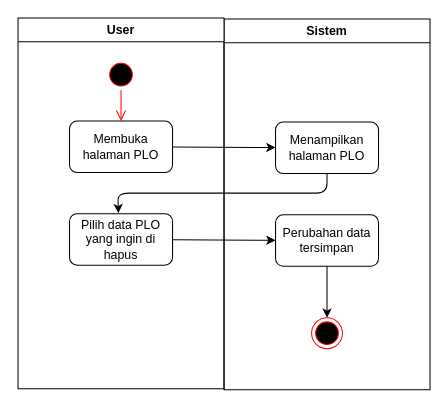
rismanrhz/idms keeps this draw.io diagram as PLO/hapusPLO.drawio. Above is the earlier version. Source tidied: cells renumbered, new cells numbered last; positions are measured from the earlier drawing's top-left corner, leaving out a move shared by most shapes. Both pictures are drawn from the tidied source at 103%, with x=0, y=0 at pixel (18, 18).
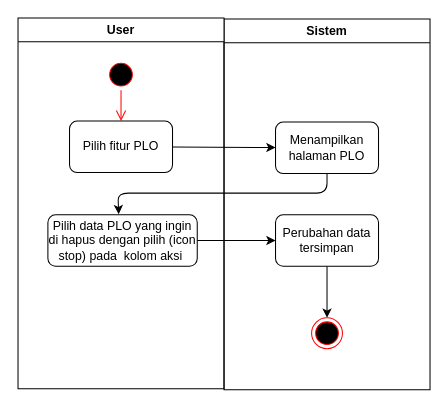
After the change.

The edit, as a diff of the source:
```diff
@@
 <mxGraphModel>
   <root>
     <mxCell id="0" />
     <mxCell id="1" parent="0" />
     <mxCell id="2" value="Sistem" style="swimlane;whiteSpace=wrap;html=1;" parent="1" vertex="1">
       <mxGeometry x="200" y="1" width="200" height="360" as="geometry" />
     </mxCell>
     <mxCell id="3" value="Menampilkan halaman PLO" style="rounded=1;whiteSpace=wrap;html=1;" parent="2" vertex="1">
       <mxGeometry x="50" y="100" width="100" height="50" as="geometry" />
     </mxCell>
     <mxCell id="4" style="edgeStyle=none;html=1;" parent="2" edge="1" source="5" target="6">
       <mxGeometry relative="1" as="geometry" />
     </mxCell>
     <mxCell id="5" value="Perubahan data tersimpan" style="rounded=1;whiteSpace=wrap;html=1;" parent="2" vertex="1">
       <mxGeometry x="50" y="190" width="100" height="50" as="geometry" />
     </mxCell>
     <mxCell id="6" style="ellipse;html=1;shape=endState;fillColor=#000000;strokeColor=#ff0000;" parent="2" vertex="1">
       <mxGeometry x="85" y="290" width="30" height="30" as="geometry" />
     </mxCell>
     <mxCell id="7" value="User" style="swimlane;whiteSpace=wrap;html=1;" parent="1" vertex="1">
       <mxGeometry width="200" height="360" as="geometry" />
     </mxCell>
     <mxCell id="8" style="ellipse;html=1;shape=startState;fillColor=#000000;strokeColor=#ff0000;" parent="7" vertex="1">
       <mxGeometry x="85" y="40" width="30" height="30" as="geometry" />
     </mxCell>
     <mxCell id="9" style="edgeStyle=orthogonalEdgeStyle;html=1;verticalAlign=bottom;endArrow=open;endSize=8;strokeColor=#ff0000;entryX=0.5;entryY=0;entryDx=0;entryDy=0;" parent="7" edge="1" source="8" target="10">
       <mxGeometry relative="1" as="geometry" />
     </mxCell>
-    <mxCell id="10" value="Membuka halaman PLO" style="rounded=1;whiteSpace=wrap;html=1;" parent="7" vertex="1">
+    <mxCell id="10" value="Pilih fitur PLO" style="rounded=1;whiteSpace=wrap;html=1;" parent="7" vertex="1">
       <mxGeometry x="50" y="100" width="100" height="50" as="geometry" />
     </mxCell>
-    <mxCell id="11" value="Pilih data PLO yang ingin di hapus" style="rounded=1;whiteSpace=wrap;html=1;" parent="7" vertex="1">
-      <mxGeometry x="50" y="190" width="100" height="50" as="geometry" />
+    <mxCell id="11" value="Pilih data PLO yang ingin di hapus dengan pilih (icon stop) pada&amp;nbsp; kolom aksi&amp;nbsp;" style="rounded=1;whiteSpace=wrap;html=1;" parent="7" vertex="1">
+      <mxGeometry x="29" y="191" width="145" height="50" as="geometry" />
     </mxCell>
     <mxCell id="12" style="edgeStyle=none;html=1;" parent="1" edge="1" source="10" target="3">
       <mxGeometry relative="1" as="geometry" />
     </mxCell>
     <mxCell id="13" style="edgeStyle=none;html=1;entryX=0.474;entryY=-0.011;entryDx=0;entryDy=0;entryPerimeter=0;" parent="1" edge="1" source="3" target="11">
       <mxGeometry relative="1" as="geometry">
         <Array as="points">
           <mxPoint x="300" y="170" />
           <mxPoint x="97" y="170" />
         </Array>
       </mxGeometry>
     </mxCell>
     <mxCell id="14" style="edgeStyle=none;html=1;" parent="1" edge="1" source="11" target="5">
       <mxGeometry relative="1" as="geometry" />
     </mxCell>
   </root>
 </mxGraphModel>
```
